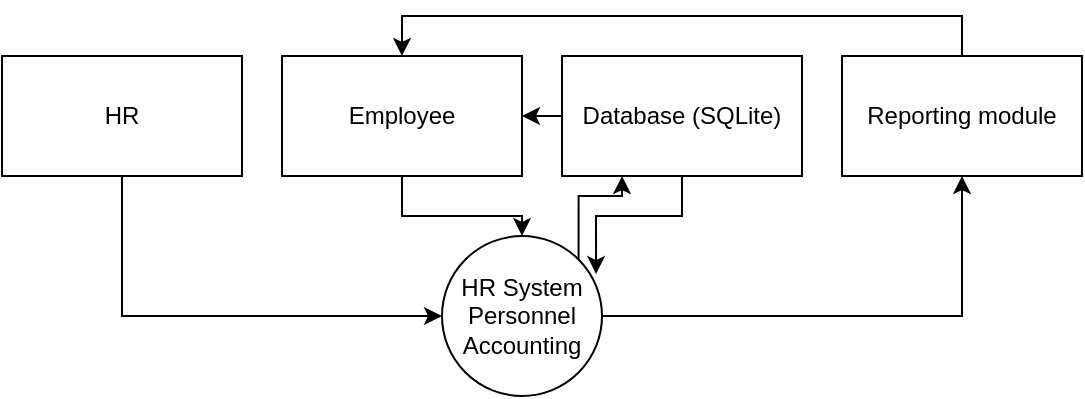
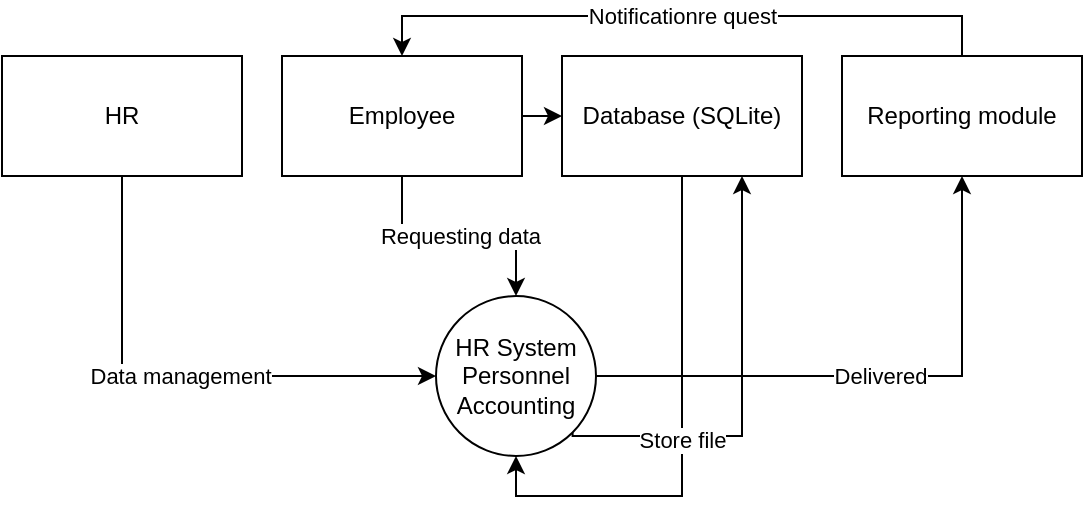
<mxfile host="app.diagrams.net">
  <diagram name="HR_Context_Diagram" id="6IukXXQT-anmr7QNZT10">
-     <mxGraphModel dx="1780" dy="990" grid="1" gridSize="10" guides="1" tooltips="1" connect="1" arrows="1" fold="1" page="1" pageScale="1" pageWidth="827" pageHeight="1169" math="0" shadow="0">
+     <mxGraphModel dx="1499" dy="834" grid="1" gridSize="10" guides="1" tooltips="1" connect="1" arrows="1" fold="1" page="1" pageScale="1" pageWidth="827" pageHeight="1169" math="0" shadow="0">
      <root>
        <mxCell id="0" />
        <mxCell id="1" parent="0" />
-         <mxCell id="652qJWQ_gx_xGPL41eSr-57" edge="1" parent="1" source="652qJWQ_gx_xGPL41eSr-31" style="edgeStyle=orthogonalEdgeStyle;rounded=0;orthogonalLoop=1;jettySize=auto;html=1;exitX=0.5;exitY=1;exitDx=0;exitDy=0;entryX=0;entryY=0.5;entryDx=0;entryDy=0;" target="652qJWQ_gx_xGPL41eSr-35">
+         <mxCell id="652qJWQ_gx_xGPL41eSr-57" edge="1" parent="1" source="652qJWQ_gx_xGPL41eSr-31" style="edgeStyle=orthogonalEdgeStyle;rounded=0;orthogonalLoop=1;jettySize=auto;html=1;exitX=0.5;exitY=1;exitDx=0;exitDy=0;entryX=0;entryY=0.5;entryDx=0;entryDy=0;" target="652qJWQ_gx_xGPL41eSr-35" value="Data management">
          <mxGeometry relative="1" as="geometry" />
        </mxCell>
        <mxCell id="652qJWQ_gx_xGPL41eSr-31" parent="1" style="rounded=0;whiteSpace=wrap;html=1;" value="HR" vertex="1">
-           <mxGeometry height="60" width="120" x="40" y="40" as="geometry" />
+           <mxGeometry height="60" width="120" x="143" y="120" as="geometry" />
        </mxCell>
-         <mxCell id="652qJWQ_gx_xGPL41eSr-53" edge="1" parent="1" source="652qJWQ_gx_xGPL41eSr-32" style="edgeStyle=orthogonalEdgeStyle;rounded=0;orthogonalLoop=1;jettySize=auto;html=1;exitX=0.5;exitY=1;exitDx=0;exitDy=0;" target="652qJWQ_gx_xGPL41eSr-35">
+         <mxCell id="652qJWQ_gx_xGPL41eSr-53" edge="1" parent="1" source="652qJWQ_gx_xGPL41eSr-32" style="edgeStyle=orthogonalEdgeStyle;rounded=0;orthogonalLoop=1;jettySize=auto;html=1;exitX=0.5;exitY=1;exitDx=0;exitDy=0;" target="652qJWQ_gx_xGPL41eSr-35" value="Requesting data">
          <mxGeometry relative="1" as="geometry" />
        </mxCell>
        <mxCell id="652qJWQ_gx_xGPL41eSr-32" parent="1" style="rounded=0;whiteSpace=wrap;html=1;" value="Employee" vertex="1">
-           <mxGeometry height="60" width="120" x="180" y="40" as="geometry" />
+           <mxGeometry height="60" width="120" x="283" y="120" as="geometry" />
        </mxCell>
-         <mxCell id="652qJWQ_gx_xGPL41eSr-58" edge="1" parent="1" source="652qJWQ_gx_xGPL41eSr-33" style="edgeStyle=orthogonalEdgeStyle;rounded=0;orthogonalLoop=1;jettySize=auto;html=1;exitX=0;exitY=0.5;exitDx=0;exitDy=0;entryX=1;entryY=0.5;entryDx=0;entryDy=0;" target="652qJWQ_gx_xGPL41eSr-32">
+         <mxCell id="652qJWQ_gx_xGPL41eSr-58" edge="1" parent="1" source="652qJWQ_gx_xGPL41eSr-33" style="edgeStyle=orthogonalEdgeStyle;rounded=0;orthogonalLoop=1;jettySize=auto;html=1;exitX=0;exitY=0.5;exitDx=0;exitDy=0;entryX=1;entryY=0.5;entryDx=0;entryDy=0;startArrow=classic;startFill=1;endArrow=none;endFill=0;" target="652qJWQ_gx_xGPL41eSr-32">
          <mxGeometry relative="1" as="geometry" />
        </mxCell>
        <mxCell id="652qJWQ_gx_xGPL41eSr-33" parent="1" style="rounded=0;whiteSpace=wrap;html=1;" value="Database (SQLite)" vertex="1">
-           <mxGeometry height="60" width="120" x="320" y="40" as="geometry" />
+           <mxGeometry height="60" width="120" x="423" y="120" as="geometry" />
        </mxCell>
-         <mxCell id="652qJWQ_gx_xGPL41eSr-55" edge="1" parent="1" source="652qJWQ_gx_xGPL41eSr-34" style="edgeStyle=orthogonalEdgeStyle;rounded=0;orthogonalLoop=1;jettySize=auto;html=1;exitX=0.5;exitY=0;exitDx=0;exitDy=0;entryX=0.5;entryY=0;entryDx=0;entryDy=0;" target="652qJWQ_gx_xGPL41eSr-32">
+         <mxCell id="652qJWQ_gx_xGPL41eSr-55" edge="1" parent="1" source="652qJWQ_gx_xGPL41eSr-34" style="edgeStyle=orthogonalEdgeStyle;rounded=0;orthogonalLoop=1;jettySize=auto;html=1;exitX=0.5;exitY=0;exitDx=0;exitDy=0;entryX=0.5;entryY=0;entryDx=0;entryDy=0;" target="652qJWQ_gx_xGPL41eSr-32" value="Notificationre quest">
          <mxGeometry relative="1" as="geometry" />
        </mxCell>
        <mxCell id="652qJWQ_gx_xGPL41eSr-34" parent="1" style="rounded=0;whiteSpace=wrap;html=1;" value="Reporting module" vertex="1">
-           <mxGeometry height="60" width="120" x="460" y="40" as="geometry" />
+           <mxGeometry height="60" width="120" x="563" y="120" as="geometry" />
        </mxCell>
-         <mxCell id="652qJWQ_gx_xGPL41eSr-56" edge="1" parent="1" source="652qJWQ_gx_xGPL41eSr-35" style="edgeStyle=orthogonalEdgeStyle;rounded=0;orthogonalLoop=1;jettySize=auto;html=1;exitX=1;exitY=0.5;exitDx=0;exitDy=0;" target="652qJWQ_gx_xGPL41eSr-34">
+         <mxCell id="652qJWQ_gx_xGPL41eSr-56" edge="1" parent="1" source="652qJWQ_gx_xGPL41eSr-35" style="edgeStyle=orthogonalEdgeStyle;rounded=0;orthogonalLoop=1;jettySize=auto;html=1;exitX=1;exitY=0.5;exitDx=0;exitDy=0;" target="652qJWQ_gx_xGPL41eSr-34" value="Delivered">
          <mxGeometry relative="1" as="geometry" />
        </mxCell>
-         <mxCell id="652qJWQ_gx_xGPL41eSr-61" edge="1" parent="1" source="652qJWQ_gx_xGPL41eSr-35" style="edgeStyle=orthogonalEdgeStyle;rounded=0;orthogonalLoop=1;jettySize=auto;html=1;exitX=1;exitY=0;exitDx=0;exitDy=0;entryX=0.25;entryY=1;entryDx=0;entryDy=0;" target="652qJWQ_gx_xGPL41eSr-33">
-           <mxGeometry relative="1" as="geometry" />
+         <mxCell id="652qJWQ_gx_xGPL41eSr-61" edge="1" parent="1" source="652qJWQ_gx_xGPL41eSr-35" style="edgeStyle=orthogonalEdgeStyle;rounded=0;orthogonalLoop=1;jettySize=auto;html=1;exitX=1;exitY=1;exitDx=0;exitDy=0;entryX=0.75;entryY=1;entryDx=0;entryDy=0;" target="652qJWQ_gx_xGPL41eSr-33">
+           <mxGeometry relative="1" as="geometry">
+             <Array as="points">
+               <mxPoint x="428" y="310" />
+               <mxPoint x="513" y="310" />
+             </Array>
+           </mxGeometry>
        </mxCell>
        <mxCell id="652qJWQ_gx_xGPL41eSr-35" parent="1" style="ellipse;whiteSpace=wrap;html=1;aspect=fixed;" value="HR System Personnel Accounting" vertex="1">
-           <mxGeometry height="80" width="80" x="260" y="130" as="geometry" />
+           <mxGeometry height="80" width="80" x="360" y="240" as="geometry" />
        </mxCell>
-         <mxCell id="652qJWQ_gx_xGPL41eSr-62" edge="1" parent="1" source="652qJWQ_gx_xGPL41eSr-33" style="edgeStyle=orthogonalEdgeStyle;rounded=0;orthogonalLoop=1;jettySize=auto;html=1;exitX=0.5;exitY=1;exitDx=0;exitDy=0;entryX=0.963;entryY=0.238;entryDx=0;entryDy=0;entryPerimeter=0;" target="652qJWQ_gx_xGPL41eSr-35">
+         <mxCell id="652qJWQ_gx_xGPL41eSr-62" edge="1" parent="1" source="652qJWQ_gx_xGPL41eSr-33" style="edgeStyle=orthogonalEdgeStyle;rounded=0;orthogonalLoop=1;jettySize=auto;html=1;exitX=0.5;exitY=1;exitDx=0;exitDy=0;entryX=0.5;entryY=1;entryDx=0;entryDy=0;" target="652qJWQ_gx_xGPL41eSr-35" value="Store file">
          <mxGeometry relative="1" as="geometry" />
        </mxCell>
      </root>
    </mxGraphModel>
  </diagram>
</mxfile>
